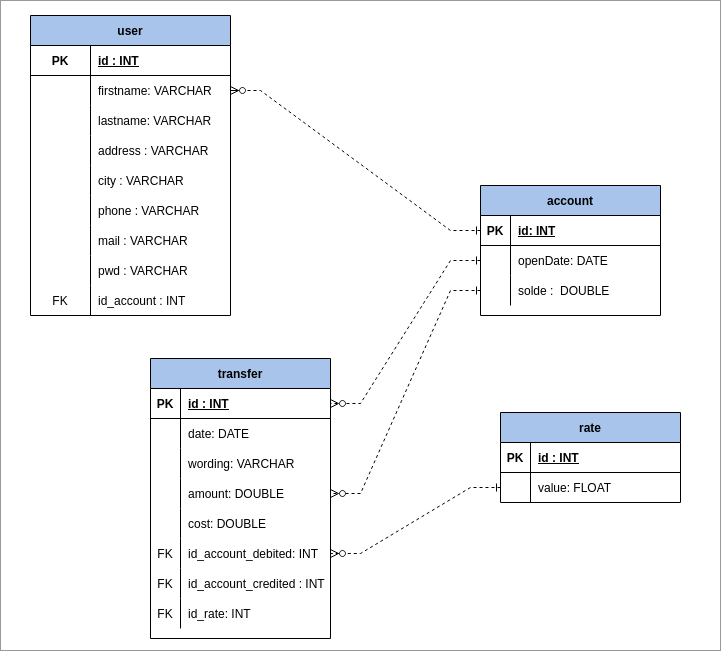
Before: diagrammes/DiagrammeMLD.png, a diagram exported from draw.io (PascalChatard/apipaymybuddy). Source tidied: cells renumbered, new cells last; positions are measured from the earlier drawing's top-left corner, leaving out a move shared by most shapes.
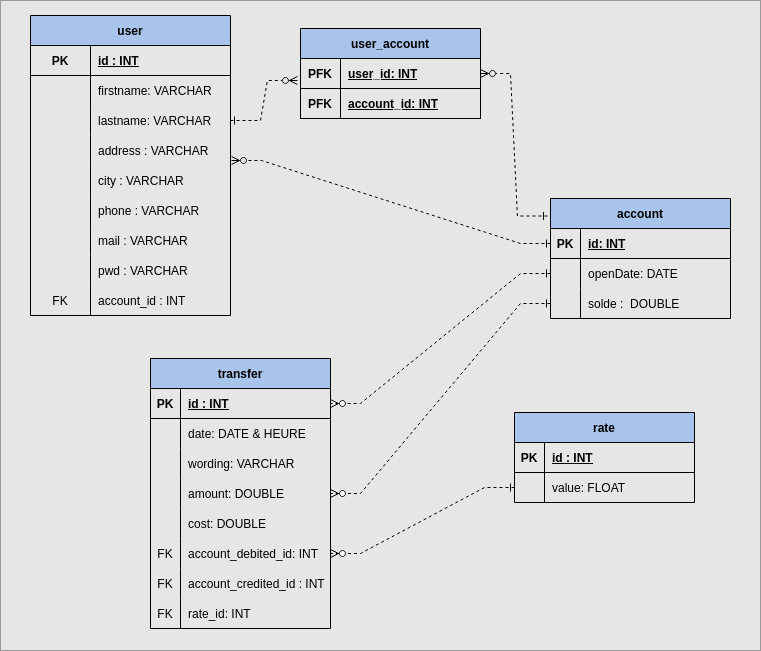
After the commit.

Commit message:
Update classe and MLD diagrams

Change to the diagram source:
```diff
@@ -1,12 +1,12 @@
-<mxGraphModel>
+<mxGraphModel background="#E6E6E6">
   <root>
     <mxCell id="0" />
     <mxCell id="1" parent="0" />
     <mxCell id="2" style="rounded=0;whiteSpace=wrap;html=1;labelBackgroundColor=none;fillColor=none;strokeColor=#999999;" parent="1" vertex="1">
-      <mxGeometry width="720" height="650" as="geometry" />
+      <mxGeometry width="760" height="650" as="geometry" />
     </mxCell>
     <mxCell id="3" value="account" style="shape=table;startSize=30;rowLines=0;fontStyle=1;align=center;labelBackgroundColor=none;fillColor=#A9C4EB;" parent="1" vertex="1">
-      <mxGeometry x="480" y="185" width="180" height="130" as="geometry" />
+      <mxGeometry x="550" y="198" width="180" height="120" as="geometry" />
     </mxCell>
     <mxCell id="4" style="shape=tableRow;horizontal=0;startSize=0;swimlaneHead=0;swimlaneBody=0;fillColor=none;points=[[0,0.5],[1,0.5]];portConstraint=eastwest;top=0;left=0;right=0;bottom=1;" parent="3" vertex="1">
       <mxGeometry y="30" width="180" height="30" as="geometry" />
@@ -116,11 +116,11 @@
     <mxCell id="39" value="FK" style="shape=partialRectangle;fillColor=none;top=0;left=0;bottom=0;right=0;overflow=hidden;" parent="38" vertex="1">
       <mxGeometry width="60" height="30" as="geometry" />
     </mxCell>
-    <mxCell id="40" value="id_account : INT" style="shape=partialRectangle;fillColor=none;top=0;left=0;bottom=0;right=0;align=left;spacingLeft=6;overflow=hidden;" parent="38" vertex="1">
+    <mxCell id="40" value="account_id : INT" style="shape=partialRectangle;fillColor=none;top=0;left=0;bottom=0;right=0;align=left;spacingLeft=6;overflow=hidden;" parent="38" vertex="1">
       <mxGeometry x="60" width="140" height="30" as="geometry" />
     </mxCell>
     <mxCell id="41" value="transfer" style="shape=table;startSize=30;rowLines=0;fontStyle=1;align=center;labelBackgroundColor=none;fillColor=#A9C4EB;" parent="1" vertex="1">
-      <mxGeometry x="150" y="358" width="180" height="280" as="geometry" />
+      <mxGeometry x="150" y="358" width="180" height="270" as="geometry" />
     </mxCell>
     <mxCell id="42" style="shape=tableRow;horizontal=0;startSize=0;swimlaneHead=0;swimlaneBody=0;fillColor=none;points=[[0,0.5],[1,0.5]];portConstraint=eastwest;top=0;left=0;right=0;bottom=1;" parent="41" vertex="1">
       <mxGeometry y="30" width="180" height="30" as="geometry" />
@@ -137,7 +137,7 @@
     <mxCell id="46" style="shape=partialRectangle;fillColor=none;top=0;left=0;bottom=0;right=0;overflow=hidden;" parent="45" vertex="1">
       <mxGeometry width="30" height="30" as="geometry" />
     </mxCell>
-    <mxCell id="47" value="date: DATE" style="shape=partialRectangle;fillColor=none;top=0;left=0;bottom=0;right=0;align=left;spacingLeft=6;overflow=hidden;" parent="45" vertex="1">
+    <mxCell id="47" value="date: DATE &amp; HEURE" style="shape=partialRectangle;fillColor=none;top=0;left=0;bottom=0;right=0;align=left;spacingLeft=6;overflow=hidden;" parent="45" vertex="1">
       <mxGeometry x="30" width="150" height="30" as="geometry" />
     </mxCell>
     <mxCell id="48" style="shape=tableRow;horizontal=0;startSize=0;swimlaneHead=0;swimlaneBody=0;fillColor=none;top=0;left=0;right=0;bottom=0;" parent="41" vertex="1">
@@ -173,7 +173,7 @@
     <mxCell id="58" value="FK" style="shape=partialRectangle;fillColor=none;top=0;left=0;bottom=0;right=0;overflow=hidden;" parent="57" vertex="1">
       <mxGeometry width="30" height="30" as="geometry" />
     </mxCell>
-    <mxCell id="59" value="id_account_debited: INT" style="shape=partialRectangle;fillColor=none;top=0;left=0;bottom=0;right=0;align=left;spacingLeft=6;overflow=hidden;" parent="57" vertex="1">
+    <mxCell id="59" value="account_debited_id: INT" style="shape=partialRectangle;fillColor=none;top=0;left=0;bottom=0;right=0;align=left;spacingLeft=6;overflow=hidden;" parent="57" vertex="1">
       <mxGeometry x="30" width="150" height="30" as="geometry" />
     </mxCell>
     <mxCell id="60" style="shape=tableRow;horizontal=0;startSize=0;swimlaneHead=0;swimlaneBody=0;fillColor=none;top=0;left=0;right=0;bottom=0;" parent="41" vertex="1">
@@ -182,7 +182,7 @@
     <mxCell id="61" value="FK" style="shape=partialRectangle;fillColor=none;top=0;left=0;bottom=0;right=0;overflow=hidden;" parent="60" vertex="1">
       <mxGeometry width="30" height="30" as="geometry" />
     </mxCell>
-    <mxCell id="62" value="id_account_credited : INT" style="shape=partialRectangle;fillColor=none;top=0;left=0;bottom=0;right=0;align=left;spacingLeft=6;overflow=hidden;" parent="60" vertex="1">
+    <mxCell id="62" value="account_credited_id : INT" style="shape=partialRectangle;fillColor=none;top=0;left=0;bottom=0;right=0;align=left;spacingLeft=6;overflow=hidden;" parent="60" vertex="1">
       <mxGeometry x="30" width="150" height="30" as="geometry" />
     </mxCell>
     <mxCell id="63" style="shape=tableRow;horizontal=0;startSize=0;swimlaneHead=0;swimlaneBody=0;fillColor=none;top=0;left=0;right=0;bottom=0;" parent="41" vertex="1">
@@ -191,11 +191,11 @@
     <mxCell id="64" value="FK" style="shape=partialRectangle;fillColor=none;top=0;left=0;bottom=0;right=0;overflow=hidden;" parent="63" vertex="1">
       <mxGeometry width="30" height="30" as="geometry" />
     </mxCell>
-    <mxCell id="65" value="id_rate: INT" style="shape=partialRectangle;fillColor=none;top=0;left=0;bottom=0;right=0;align=left;spacingLeft=6;overflow=hidden;" parent="63" vertex="1">
+    <mxCell id="65" value="rate_id: INT" style="shape=partialRectangle;fillColor=none;top=0;left=0;bottom=0;right=0;align=left;spacingLeft=6;overflow=hidden;" parent="63" vertex="1">
       <mxGeometry x="30" width="150" height="30" as="geometry" />
     </mxCell>
     <mxCell id="66" value="rate" style="shape=table;startSize=30;rowLines=0;fontStyle=1;align=center;labelBackgroundColor=none;fillColor=#A9C4EB;" parent="1" vertex="1">
-      <mxGeometry x="500" y="412" width="180" height="90" as="geometry" />
+      <mxGeometry x="514" y="412" width="180" height="90" as="geometry" />
     </mxCell>
     <mxCell id="67" style="shape=tableRow;horizontal=0;startSize=0;swimlaneHead=0;swimlaneBody=0;fillColor=none;top=0;left=0;right=0;bottom=1;" parent="66" vertex="1">
       <mxGeometry y="30" width="180" height="30" as="geometry" />
@@ -215,7 +215,7 @@
     <mxCell id="72" value="value: FLOAT" style="shape=partialRectangle;fillColor=none;top=0;left=0;bottom=0;right=0;align=left;spacingLeft=6;overflow=hidden;" parent="70" vertex="1">
       <mxGeometry x="30" width="150" height="30" as="geometry" />
     </mxCell>
-    <mxCell id="73" style="edgeStyle=entityRelationEdgeStyle;fontSize=12;html=1;endArrow=ERzeroToMany;endFill=0;rounded=0;entryX=1;entryY=0.5;entryDx=0;entryDy=0;exitX=0;exitY=0.5;exitDx=0;exitDy=0;startArrow=ERone;startFill=0;dashed=1;" parent="1" edge="1" source="4" target="17">
+    <mxCell id="73" style="edgeStyle=entityRelationEdgeStyle;fontSize=12;html=1;endArrow=ERzeroToMany;endFill=0;rounded=0;entryX=1.005;entryY=0.833;entryDx=0;entryDy=0;exitX=0;exitY=0.5;exitDx=0;exitDy=0;startArrow=ERone;startFill=0;dashed=1;entryPerimeter=0;" parent="1" edge="1" source="4" target="23">
       <mxGeometry relative="1" as="geometry" />
     </mxCell>
     <mxCell id="74" style="edgeStyle=entityRelationEdgeStyle;fontSize=12;html=1;endArrow=ERzeroToMany;endFill=1;rounded=0;dashed=1;entryX=1;entryY=0.5;entryDx=0;entryDy=0;exitX=0;exitY=0.5;exitDx=0;exitDy=0;startArrow=ERone;startFill=0;" parent="1" edge="1" source="70" target="57">
@@ -227,5 +227,32 @@
     <mxCell id="76" style="edgeStyle=entityRelationEdgeStyle;fontSize=12;html=1;endArrow=ERzeroToMany;endFill=1;rounded=0;dashed=1;entryX=1;entryY=0.5;entryDx=0;entryDy=0;startArrow=ERone;startFill=0;exitX=0;exitY=0.5;exitDx=0;exitDy=0;" parent="1" edge="1" source="10" target="51">
       <mxGeometry relative="1" as="geometry" />
     </mxCell>
+    <mxCell id="77" value="user_account" style="shape=table;startSize=30;rowLines=0;fontStyle=1;align=center;labelBackgroundColor=none;fillColor=#A9C4EB;" parent="1" vertex="1">
+      <mxGeometry x="300" y="28" width="180" height="90" as="geometry" />
+    </mxCell>
+    <mxCell id="78" style="shape=tableRow;horizontal=0;startSize=0;swimlaneHead=0;swimlaneBody=0;fillColor=none;points=[[0,0.5],[1,0.5]];portConstraint=eastwest;top=0;left=0;right=0;bottom=1;" parent="77" vertex="1">
+      <mxGeometry y="30" width="180" height="30" as="geometry" />
+    </mxCell>
+    <mxCell id="79" value="PFK" style="shape=partialRectangle;fillColor=none;top=0;left=0;bottom=0;right=0;fontStyle=1;overflow=hidden;" parent="78" vertex="1">
+      <mxGeometry width="40" height="30" as="geometry" />
+    </mxCell>
+    <mxCell id="80" value="user_id: INT" style="shape=partialRectangle;fillColor=none;top=0;left=0;bottom=0;right=0;align=left;spacingLeft=6;fontStyle=5;overflow=hidden;" parent="78" vertex="1">
+      <mxGeometry x="40" width="140" height="30" as="geometry" />
+    </mxCell>
+    <mxCell id="81" style="shape=tableRow;horizontal=0;startSize=0;swimlaneHead=0;swimlaneBody=0;fillColor=none;top=0;left=0;right=0;bottom=1;" parent="77" vertex="1">
+      <mxGeometry y="60" width="180" height="30" as="geometry" />
+    </mxCell>
+    <mxCell id="82" value="PFK" style="shape=partialRectangle;fillColor=none;top=0;left=0;bottom=0;right=0;fontStyle=1;overflow=hidden;" parent="81" vertex="1">
+      <mxGeometry width="40" height="30" as="geometry" />
+    </mxCell>
+    <mxCell id="83" value="account_id: INT" style="shape=partialRectangle;fillColor=none;top=0;left=0;bottom=0;right=0;align=left;spacingLeft=6;fontStyle=5;overflow=hidden;" parent="81" vertex="1">
+      <mxGeometry x="40" width="140" height="30" as="geometry" />
+    </mxCell>
+    <mxCell id="84" style="edgeStyle=entityRelationEdgeStyle;fontSize=12;html=1;endArrow=ERzeroToMany;endFill=0;rounded=0;entryX=-0.017;entryY=0.733;entryDx=0;entryDy=0;exitX=1;exitY=0.5;exitDx=0;exitDy=0;startArrow=ERone;startFill=0;dashed=1;entryPerimeter=0;" parent="1" edge="1" source="20" target="78">
+      <mxGeometry relative="1" as="geometry" />
+    </mxCell>
+    <mxCell id="85" style="edgeStyle=entityRelationEdgeStyle;fontSize=12;html=1;endArrow=ERzeroToMany;endFill=0;rounded=0;entryX=1;entryY=0.5;entryDx=0;entryDy=0;exitX=-0.017;exitY=0.146;exitDx=0;exitDy=0;startArrow=ERone;startFill=0;dashed=1;exitPerimeter=0;" parent="1" edge="1" source="3" target="77">
+      <mxGeometry relative="1" as="geometry" />
+    </mxCell>
   </root>
 </mxGraphModel>
```
